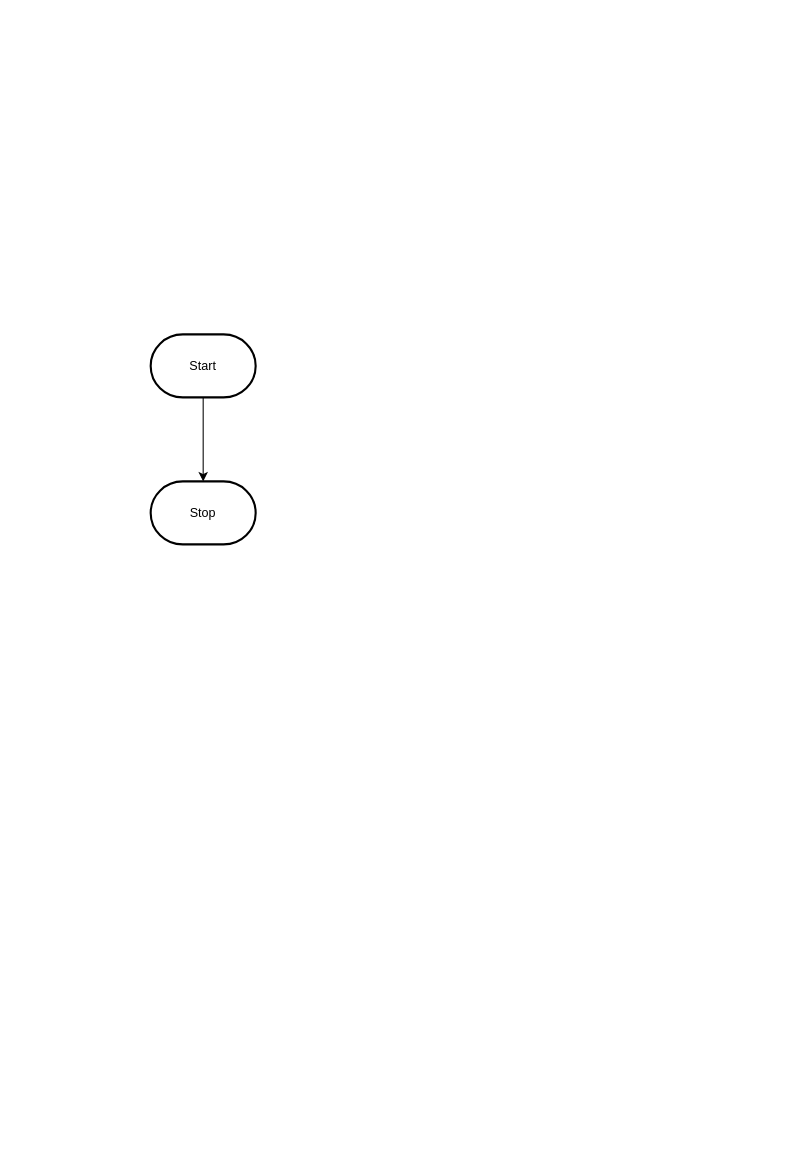
This is design/flowchart.drawio from MTHS-ICS2O-2-2022/ics2o---unit-5-05-charlotte-jhu, a draw.io file, before an edit. Source tidied: cells renumbered, new cells numbered last; positions are measured from the earlier drawing's top-left corner, leaving out a move shared by most shapes. Both pictures are drawn from the tidied source at 105%, with x=0, y=0 at pixel (150, 334).
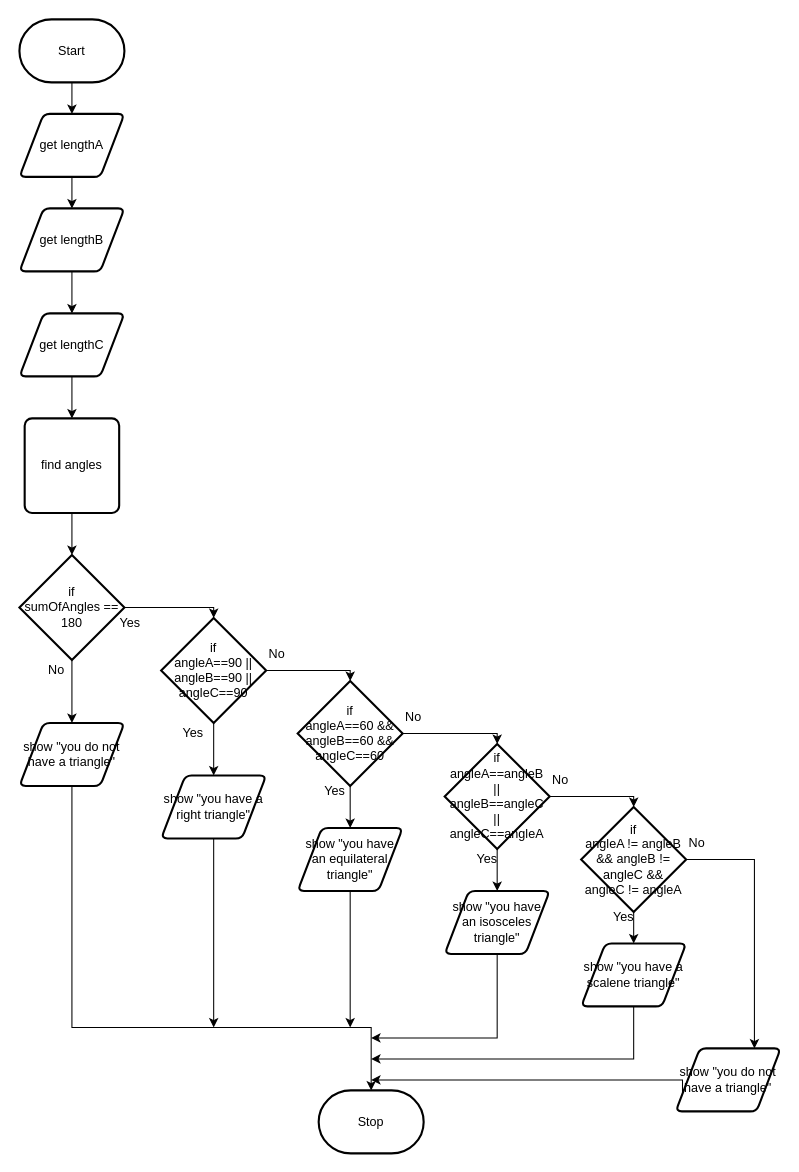
The same page after the edit.

The edit, as a diff of the source:
```diff
@@
-    <mxCell id="2" style="edgeStyle=orthogonalEdgeStyle;html=1;rounded=0;" parent="1" edge="1" source="3" target="4">
-      <mxGeometry relative="1" as="geometry" />
-    </mxCell>
+    <mxCell id="5" style="edgeStyle=none;html=1;exitX=0.5;exitY=1;exitDx=0;exitDy=0;exitPerimeter=0;entryX=0.5;entryY=0;entryDx=0;entryDy=0;" parent="1" edge="1" source="3" target="2">
+      <mxGeometry relative="1" as="geometry" />
+    </mxCell>
     <mxCell id="3" value="Start" style="strokeWidth=2;html=1;shape=mxgraph.flowchart.terminator;whiteSpace=wrap;" parent="1" vertex="1">
-      <mxGeometry width="100" height="60" as="geometry" />
+      <mxGeometry x="-125" y="-300" width="100" height="60" as="geometry" />
     </mxCell>
     <mxCell id="4" value="Stop" style="strokeWidth=2;html=1;shape=mxgraph.flowchart.terminator;whiteSpace=wrap;" parent="1" vertex="1">
-      <mxGeometry y="140" width="100" height="60" as="geometry" />
+      <mxGeometry x="160" y="720" width="100" height="60" as="geometry" />
     </mxCell>
+    <mxCell id="6" style="edgeStyle=none;html=1;exitX=0.5;exitY=1;exitDx=0;exitDy=0;entryX=0.5;entryY=0;entryDx=0;entryDy=0;" parent="1" edge="1" source="2" target="8">
+      <mxGeometry relative="1" as="geometry" />
+    </mxCell>
+    <mxCell id="2" value="get lengthA" style="shape=parallelogram;html=1;strokeWidth=2;perimeter=parallelogramPerimeter;whiteSpace=wrap;rounded=1;arcSize=12;size=0.23;" parent="1" vertex="1">
+      <mxGeometry x="-125" y="-210" width="100" height="60" as="geometry" />
+    </mxCell>
+    <mxCell id="7" style="edgeStyle=none;html=1;exitX=0.5;exitY=1;exitDx=0;exitDy=0;entryX=0.5;entryY=0;entryDx=0;entryDy=0;" parent="1" edge="1" source="8" target="10">
+      <mxGeometry relative="1" as="geometry" />
+    </mxCell>
+    <mxCell id="8" value="get lengthB" style="shape=parallelogram;html=1;strokeWidth=2;perimeter=parallelogramPerimeter;whiteSpace=wrap;rounded=1;arcSize=12;size=0.23;" parent="1" vertex="1">
+      <mxGeometry x="-125" y="-120" width="100" height="60" as="geometry" />
+    </mxCell>
+    <mxCell id="9" style="edgeStyle=none;html=1;exitX=0.5;exitY=1;exitDx=0;exitDy=0;entryX=0.5;entryY=0;entryDx=0;entryDy=0;" parent="1" edge="1" source="10" target="12">
+      <mxGeometry relative="1" as="geometry" />
+    </mxCell>
+    <mxCell id="10" value="get lengthC" style="shape=parallelogram;html=1;strokeWidth=2;perimeter=parallelogramPerimeter;whiteSpace=wrap;rounded=1;arcSize=12;size=0.23;" parent="1" vertex="1">
+      <mxGeometry x="-125" y="-20" width="100" height="60" as="geometry" />
+    </mxCell>
+    <mxCell id="11" style="edgeStyle=none;html=1;exitX=0.5;exitY=1;exitDx=0;exitDy=0;entryX=0.5;entryY=0;entryDx=0;entryDy=0;entryPerimeter=0;" parent="1" edge="1" source="12" target="15">
+      <mxGeometry relative="1" as="geometry" />
+    </mxCell>
+    <mxCell id="12" value="find angles" style="rounded=1;whiteSpace=wrap;html=1;absoluteArcSize=1;arcSize=14;strokeWidth=2;" parent="1" vertex="1">
+      <mxGeometry x="-120" y="80" width="90" height="90" as="geometry" />
+    </mxCell>
+    <mxCell id="13" style="edgeStyle=none;html=1;exitX=0.5;exitY=1;exitDx=0;exitDy=0;exitPerimeter=0;entryX=0.5;entryY=0;entryDx=0;entryDy=0;" parent="1" edge="1" source="15" target="29">
+      <mxGeometry relative="1" as="geometry" />
+    </mxCell>
+    <mxCell id="14" style="edgeStyle=orthogonalEdgeStyle;rounded=0;html=1;exitX=1;exitY=0.5;exitDx=0;exitDy=0;exitPerimeter=0;entryX=0.5;entryY=0;entryDx=0;entryDy=0;entryPerimeter=0;" parent="1" edge="1" source="15" target="18">
+      <mxGeometry relative="1" as="geometry" />
+    </mxCell>
+    <mxCell id="15" value="if&lt;br&gt;sumOfAngles == 180" style="strokeWidth=2;html=1;shape=mxgraph.flowchart.decision;whiteSpace=wrap;" parent="1" vertex="1">
+      <mxGeometry x="-125" y="210" width="100" height="100" as="geometry" />
+    </mxCell>
+    <mxCell id="16" style="edgeStyle=orthogonalEdgeStyle;rounded=0;html=1;exitX=0.5;exitY=1;exitDx=0;exitDy=0;exitPerimeter=0;entryX=0.5;entryY=0;entryDx=0;entryDy=0;" parent="1" edge="1" source="18" target="35">
+      <mxGeometry relative="1" as="geometry" />
+    </mxCell>
+    <mxCell id="17" style="edgeStyle=orthogonalEdgeStyle;rounded=0;html=1;exitX=1;exitY=0.5;exitDx=0;exitDy=0;exitPerimeter=0;entryX=0.5;entryY=0;entryDx=0;entryDy=0;entryPerimeter=0;" parent="1" edge="1" source="18" target="21">
+      <mxGeometry relative="1" as="geometry" />
+    </mxCell>
+    <mxCell id="18" value="if&lt;br&gt;angleA==90 || angleB==90 || angleC==90" style="strokeWidth=2;html=1;shape=mxgraph.flowchart.decision;whiteSpace=wrap;" parent="1" vertex="1">
+      <mxGeometry x="10" y="270" width="100" height="100" as="geometry" />
+    </mxCell>
+    <mxCell id="19" style="edgeStyle=orthogonalEdgeStyle;rounded=0;html=1;exitX=0.5;exitY=1;exitDx=0;exitDy=0;exitPerimeter=0;entryX=0.5;entryY=0;entryDx=0;entryDy=0;" parent="1" edge="1" source="21" target="31">
+      <mxGeometry relative="1" as="geometry" />
+    </mxCell>
+    <mxCell id="20" style="edgeStyle=orthogonalEdgeStyle;rounded=0;html=1;exitX=1;exitY=0.5;exitDx=0;exitDy=0;exitPerimeter=0;entryX=0.5;entryY=0;entryDx=0;entryDy=0;entryPerimeter=0;" parent="1" edge="1" source="21" target="24">
+      <mxGeometry relative="1" as="geometry" />
+    </mxCell>
+    <mxCell id="21" value="if&lt;br&gt;angleA==60 &amp;amp;&amp;amp; angleB==60 &amp;amp;&amp;amp; angleC==60" style="strokeWidth=2;html=1;shape=mxgraph.flowchart.decision;whiteSpace=wrap;" parent="1" vertex="1">
+      <mxGeometry x="140" y="330" width="100" height="100" as="geometry" />
+    </mxCell>
+    <mxCell id="22" style="edgeStyle=orthogonalEdgeStyle;rounded=0;html=1;exitX=0.5;exitY=1;exitDx=0;exitDy=0;exitPerimeter=0;" parent="1" edge="1" source="24" target="33">
+      <mxGeometry relative="1" as="geometry" />
+    </mxCell>
+    <mxCell id="23" style="edgeStyle=orthogonalEdgeStyle;rounded=0;html=1;exitX=1;exitY=0.5;exitDx=0;exitDy=0;exitPerimeter=0;entryX=0.5;entryY=0;entryDx=0;entryDy=0;entryPerimeter=0;" parent="1" edge="1" source="24" target="27">
+      <mxGeometry relative="1" as="geometry" />
+    </mxCell>
+    <mxCell id="24" value="if&lt;br&gt;angleA==angleB || angleB==angleC || angleC==angleA" style="strokeWidth=2;html=1;shape=mxgraph.flowchart.decision;whiteSpace=wrap;" parent="1" vertex="1">
+      <mxGeometry x="280" y="390" width="100" height="100" as="geometry" />
+    </mxCell>
+    <mxCell id="25" style="edgeStyle=orthogonalEdgeStyle;rounded=0;html=1;exitX=0.5;exitY=1;exitDx=0;exitDy=0;exitPerimeter=0;entryX=0.5;entryY=0;entryDx=0;entryDy=0;" parent="1" edge="1" source="27" target="37">
+      <mxGeometry relative="1" as="geometry" />
+    </mxCell>
+    <mxCell id="26" style="edgeStyle=orthogonalEdgeStyle;rounded=0;html=1;exitX=1;exitY=0.5;exitDx=0;exitDy=0;exitPerimeter=0;entryX=0.75;entryY=0;entryDx=0;entryDy=0;" parent="1" edge="1" source="27" target="39">
+      <mxGeometry relative="1" as="geometry" />
+    </mxCell>
+    <mxCell id="27" value="if&lt;br&gt;angleA != angleB &amp;amp;&amp;amp; angleB != angleC &amp;amp;&amp;amp; angleC != angleA" style="strokeWidth=2;html=1;shape=mxgraph.flowchart.decision;whiteSpace=wrap;" parent="1" vertex="1">
+      <mxGeometry x="410" y="450" width="100" height="100" as="geometry" />
+    </mxCell>
+    <mxCell id="28" style="edgeStyle=orthogonalEdgeStyle;html=1;exitX=0.5;exitY=1;exitDx=0;exitDy=0;rounded=0;entryX=0.5;entryY=0;entryDx=0;entryDy=0;entryPerimeter=0;" parent="1" edge="1" source="29" target="4">
+      <mxGeometry relative="1" as="geometry">
+        <Array as="points">
+          <mxPoint x="-75" y="660" />
+          <mxPoint x="210" y="660" />
+        </Array>
+      </mxGeometry>
+    </mxCell>
+    <mxCell id="29" value="show &quot;you do not have a triangle&quot;" style="shape=parallelogram;html=1;strokeWidth=2;perimeter=parallelogramPerimeter;whiteSpace=wrap;rounded=1;arcSize=12;size=0.23;" parent="1" vertex="1">
+      <mxGeometry x="-125" y="370" width="100" height="60" as="geometry" />
+    </mxCell>
+    <mxCell id="30" style="edgeStyle=orthogonalEdgeStyle;rounded=0;html=1;exitX=0.5;exitY=1;exitDx=0;exitDy=0;" parent="1" edge="1" source="31">
+      <mxGeometry relative="1" as="geometry">
+        <mxPoint x="190" y="660" as="targetPoint" />
+      </mxGeometry>
+    </mxCell>
+    <mxCell id="31" value="show &quot;you have an equilateral triangle&quot;" style="shape=parallelogram;html=1;strokeWidth=2;perimeter=parallelogramPerimeter;whiteSpace=wrap;rounded=1;arcSize=12;size=0.23;" parent="1" vertex="1">
+      <mxGeometry x="140" y="470" width="100" height="60" as="geometry" />
+    </mxCell>
+    <mxCell id="32" style="edgeStyle=orthogonalEdgeStyle;rounded=0;html=1;exitX=0.5;exitY=1;exitDx=0;exitDy=0;" parent="1" edge="1" source="33">
+      <mxGeometry relative="1" as="geometry">
+        <mxPoint x="210" y="670" as="targetPoint" />
+        <Array as="points">
+          <mxPoint x="330" y="670" />
+          <mxPoint x="210" y="670" />
+        </Array>
+      </mxGeometry>
+    </mxCell>
+    <mxCell id="33" value="show &quot;you have an isosceles triangle&quot;" style="shape=parallelogram;html=1;strokeWidth=2;perimeter=parallelogramPerimeter;whiteSpace=wrap;rounded=1;arcSize=12;size=0.23;" parent="1" vertex="1">
+      <mxGeometry x="280" y="530" width="100" height="60" as="geometry" />
+    </mxCell>
+    <mxCell id="34" style="edgeStyle=orthogonalEdgeStyle;rounded=0;html=1;exitX=0.5;exitY=1;exitDx=0;exitDy=0;" parent="1" edge="1" source="35">
+      <mxGeometry relative="1" as="geometry">
+        <mxPoint x="60" y="660" as="targetPoint" />
+      </mxGeometry>
+    </mxCell>
+    <mxCell id="35" value="show &quot;you have a right triangle&quot;" style="shape=parallelogram;html=1;strokeWidth=2;perimeter=parallelogramPerimeter;whiteSpace=wrap;rounded=1;arcSize=12;size=0.23;" parent="1" vertex="1">
+      <mxGeometry x="10" y="420" width="100" height="60" as="geometry" />
+    </mxCell>
+    <mxCell id="36" style="edgeStyle=orthogonalEdgeStyle;rounded=0;html=1;exitX=0.5;exitY=1;exitDx=0;exitDy=0;" parent="1" edge="1" source="37">
+      <mxGeometry relative="1" as="geometry">
+        <mxPoint x="210" y="690" as="targetPoint" />
+        <Array as="points">
+          <mxPoint x="460" y="690" />
+        </Array>
+      </mxGeometry>
+    </mxCell>
+    <mxCell id="37" value="show &quot;you have a scalene triangle&quot;" style="shape=parallelogram;html=1;strokeWidth=2;perimeter=parallelogramPerimeter;whiteSpace=wrap;rounded=1;arcSize=12;size=0.23;" parent="1" vertex="1">
+      <mxGeometry x="410" y="580" width="100" height="60" as="geometry" />
+    </mxCell>
+    <mxCell id="38" style="edgeStyle=orthogonalEdgeStyle;rounded=0;html=1;exitX=0;exitY=0.75;exitDx=0;exitDy=0;" parent="1" edge="1" source="39">
+      <mxGeometry relative="1" as="geometry">
+        <mxPoint x="210" y="710" as="targetPoint" />
+        <Array as="points">
+          <mxPoint x="430" y="710" />
+          <mxPoint x="430" y="710" />
+        </Array>
+      </mxGeometry>
+    </mxCell>
+    <mxCell id="39" value="show &quot;you do not have a triangle&quot;" style="shape=parallelogram;html=1;strokeWidth=2;perimeter=parallelogramPerimeter;whiteSpace=wrap;rounded=1;arcSize=12;size=0.23;" parent="1" vertex="1">
+      <mxGeometry x="500" y="680" width="100" height="60" as="geometry" />
+    </mxCell>
+    <mxCell id="40" value="Yes" style="text;html=1;align=center;verticalAlign=middle;strokeColor=none;fillColor=none;" parent="1" vertex="1">
+      <mxGeometry x="-40" y="260" width="40" height="30" as="geometry" />
+    </mxCell>
+    <mxCell id="41" value="Yes" style="text;html=1;align=center;verticalAlign=middle;strokeColor=none;fillColor=none;" parent="1" vertex="1">
+      <mxGeometry x="20" y="365" width="40" height="30" as="geometry" />
+    </mxCell>
+    <mxCell id="42" value="Yes" style="text;html=1;align=center;verticalAlign=middle;strokeColor=none;fillColor=none;" parent="1" vertex="1">
+      <mxGeometry x="155" y="420" width="40" height="30" as="geometry" />
+    </mxCell>
+    <mxCell id="43" value="Yes" style="text;html=1;align=center;verticalAlign=middle;strokeColor=none;fillColor=none;" parent="1" vertex="1">
+      <mxGeometry x="300" y="485" width="40" height="30" as="geometry" />
+    </mxCell>
+    <mxCell id="44" value="Yes" style="text;html=1;align=center;verticalAlign=middle;strokeColor=none;fillColor=none;" parent="1" vertex="1">
+      <mxGeometry x="430" y="540" width="40" height="30" as="geometry" />
+    </mxCell>
+    <mxCell id="45" value="No" style="text;html=1;align=center;verticalAlign=middle;strokeColor=none;fillColor=none;" parent="1" vertex="1">
+      <mxGeometry x="-110" y="305" width="40" height="30" as="geometry" />
+    </mxCell>
+    <mxCell id="46" value="No" style="text;html=1;align=center;verticalAlign=middle;strokeColor=none;fillColor=none;" parent="1" vertex="1">
+      <mxGeometry x="100" y="290" width="40" height="30" as="geometry" />
+    </mxCell>
+    <mxCell id="47" value="No" style="text;html=1;align=center;verticalAlign=middle;strokeColor=none;fillColor=none;" parent="1" vertex="1">
+      <mxGeometry x="230" y="350" width="40" height="30" as="geometry" />
+    </mxCell>
+    <mxCell id="48" value="No" style="text;html=1;align=center;verticalAlign=middle;strokeColor=none;fillColor=none;" parent="1" vertex="1">
+      <mxGeometry x="370" y="410" width="40" height="30" as="geometry" />
+    </mxCell>
+    <mxCell id="49" value="No" style="text;html=1;align=center;verticalAlign=middle;strokeColor=none;fillColor=none;" parent="1" vertex="1">
+      <mxGeometry x="500" y="470" width="40" height="30" as="geometry" />
+    </mxCell>
```
